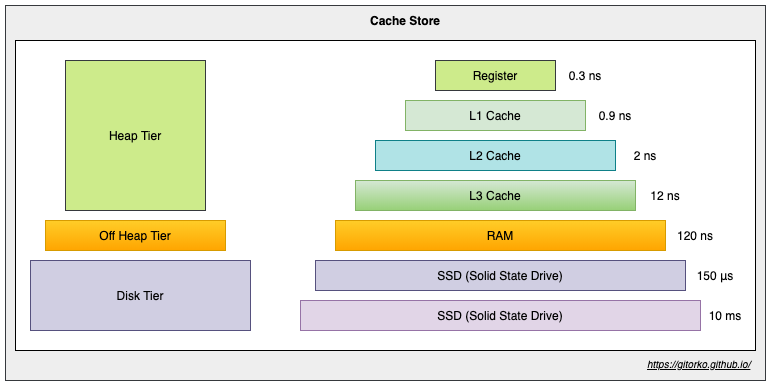
gitorko/gitorko.github.io keeps this draw.io diagram as post/spring-ehcache/cache-store.png. Above is the earlier version. Source tidied: cells renumbered, new cells last; positions are measured from the earlier drawing's top-left corner, leaving out a move shared by most shapes.
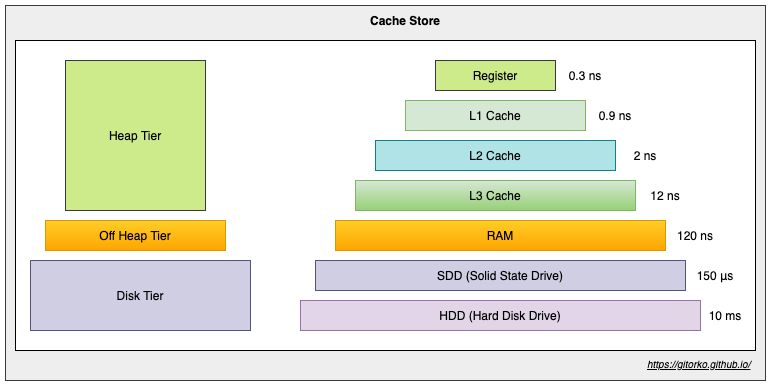
Above is the later version.

Change to the diagram source:
```diff
@@ -23,10 +23,10 @@
     <mxCell id="8" value="RAM" style="rounded=0;whiteSpace=wrap;html=1;gradientColor=#ffa500;fillColor=#ffcd28;strokeColor=#d79b00;" parent="1" vertex="1">
       <mxGeometry x="330" y="215" width="330" height="30" as="geometry" />
     </mxCell>
-    <mxCell id="9" value="SSD (Solid State Drive)" style="rounded=0;whiteSpace=wrap;html=1;fillColor=#d0cee2;strokeColor=#56517e;" parent="1" vertex="1">
+    <mxCell id="9" value="SDD (Solid State Drive)" style="rounded=0;whiteSpace=wrap;html=1;fillColor=#d0cee2;strokeColor=#56517e;" parent="1" vertex="1">
       <mxGeometry x="310" y="255" width="370" height="30" as="geometry" />
     </mxCell>
-    <mxCell id="10" value="SSD (Solid State Drive)" style="rounded=0;whiteSpace=wrap;html=1;fillColor=#e1d5e7;strokeColor=#9673a6;" parent="1" vertex="1">
+    <mxCell id="10" value="HDD (Hard Disk Drive)" style="rounded=0;whiteSpace=wrap;html=1;fillColor=#e1d5e7;strokeColor=#9673a6;" parent="1" vertex="1">
       <mxGeometry x="295" y="295" width="400" height="30" as="geometry" />
     </mxCell>
     <mxCell id="11" value="0.3 ns" style="text;html=1;strokeColor=none;fillColor=none;align=center;verticalAlign=middle;whiteSpace=wrap;rounded=0;" parent="1" vertex="1">
```
